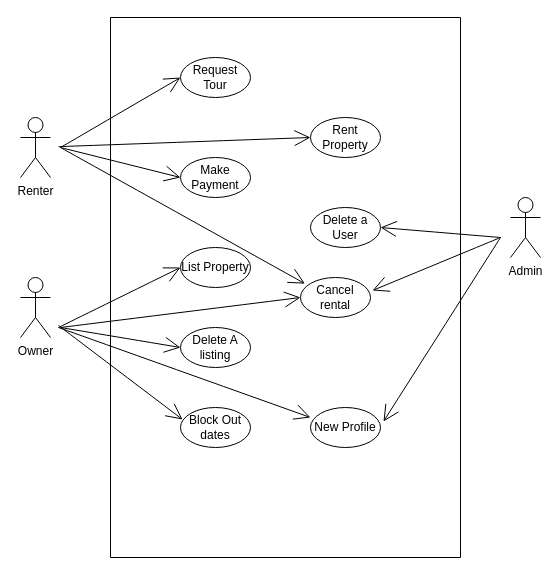
Earlier version of the draw.io diagram Untitled Diagram.drawio (KeiJeff/LetsGO). Source tidied: cells renumbered, new cells numbered last; positions are measured from the earlier drawing's top-left corner, leaving out a move shared by most shapes. Both pictures are drawn from the tidied source at 100%, with x=0, y=0 at pixel (20, 17).
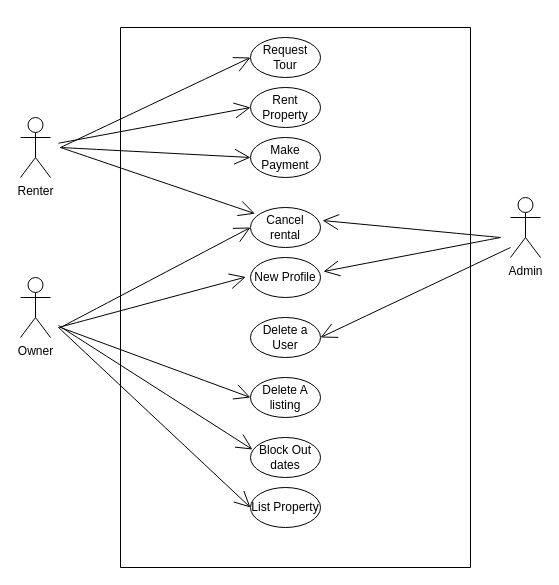
The same page after the edit.

The edit, as a diff of the source:
```diff
@@
-    <mxCell id="6" style="edgeStyle=none;curved=1;rounded=0;jettySize=auto;html=1;endArrow=open;startSize=14;endSize=14;sourcePerimeterSpacing=8;targetPerimeterSpacing=8;entryX=0;entryY=0.25;entryDx=0;entryDy=0;entryPerimeter=0;" parent="1" edge="1" target="11">
+    <mxCell id="6" style="edgeStyle=none;curved=1;rounded=0;jettySize=auto;html=1;endArrow=open;startSize=14;endSize=14;sourcePerimeterSpacing=8;targetPerimeterSpacing=8;entryX=-0.067;entryY=0.488;entryDx=0;entryDy=0;entryPerimeter=0;" parent="1" edge="1" target="11">
       <mxGeometry relative="1" as="geometry">
         <mxPoint x="38" y="310" as="sourcePoint" />
       </mxGeometry>
     </mxCell>
@@
     <mxCell id="9" style="swimlane;startSize=0;hachureGap=4;" parent="1" vertex="1">
-      <mxGeometry x="90" width="350" height="540" as="geometry" />
+      <mxGeometry x="100" y="10" width="350" height="540" as="geometry" />
     </mxCell>
     <mxCell id="10" value="Request Tour" style="ellipse;whiteSpace=wrap;html=1;hachureGap=4;" parent="9" vertex="1">
-      <mxGeometry x="70" y="40" width="70" height="40" as="geometry" />
+      <mxGeometry x="130" y="10" width="70" height="40" as="geometry" />
     </mxCell>
     <mxCell id="11" value="New Profile" style="ellipse;whiteSpace=wrap;html=1;hachureGap=4;" parent="9" vertex="1">
-      <mxGeometry x="200" y="390" width="70" height="40" as="geometry" />
+      <mxGeometry x="130" y="230" width="70" height="40" as="geometry" />
     </mxCell>
     <mxCell id="12" value="Rent Property" style="ellipse;whiteSpace=wrap;html=1;hachureGap=4;" parent="9" vertex="1">
-      <mxGeometry x="200" y="100" width="70" height="40" as="geometry" />
+      <mxGeometry x="130" y="60" width="70" height="40" as="geometry" />
     </mxCell>
     <mxCell id="13" value="Make Payment" style="ellipse;whiteSpace=wrap;html=1;hachureGap=4;" parent="9" vertex="1">
-      <mxGeometry x="70" y="140" width="70" height="40" as="geometry" />
+      <mxGeometry x="130" y="110" width="70" height="40" as="geometry" />
     </mxCell>
@@
     <mxCell id="15" value="Delete a User" style="ellipse;whiteSpace=wrap;html=1;hachureGap=4;" parent="9" vertex="1">
-      <mxGeometry x="200" y="190" width="70" height="40" as="geometry" />
+      <mxGeometry x="130" y="290" width="70" height="40" as="geometry" />
     </mxCell>
     <mxCell id="16" value="Delete A listing" style="ellipse;whiteSpace=wrap;html=1;hachureGap=4;" parent="9" vertex="1">
-      <mxGeometry x="70" y="310" width="70" height="40" as="geometry" />
+      <mxGeometry x="130" y="350" width="70" height="40" as="geometry" />
     </mxCell>
     <mxCell id="17" value="Block Out dates" style="ellipse;whiteSpace=wrap;html=1;hachureGap=4;" parent="9" vertex="1">
-      <mxGeometry x="70" y="390" width="70" height="40" as="geometry" />
+      <mxGeometry x="130" y="410" width="70" height="40" as="geometry" />
     </mxCell>
     <mxCell id="18" value="List Property" style="ellipse;whiteSpace=wrap;html=1;hachureGap=4;" parent="9" vertex="1">
-      <mxGeometry x="70" y="230" width="70" height="40" as="geometry" />
+      <mxGeometry x="130" y="460" width="70" height="40" as="geometry" />
     </mxCell>
     <mxCell id="19" value="Cancel rental" style="ellipse;whiteSpace=wrap;html=1;hachureGap=4;" parent="9" vertex="1">
-      <mxGeometry x="190" y="260" width="70" height="40" as="geometry" />
+      <mxGeometry x="130" y="180" width="70" height="40" as="geometry" />
     </mxCell>
```
